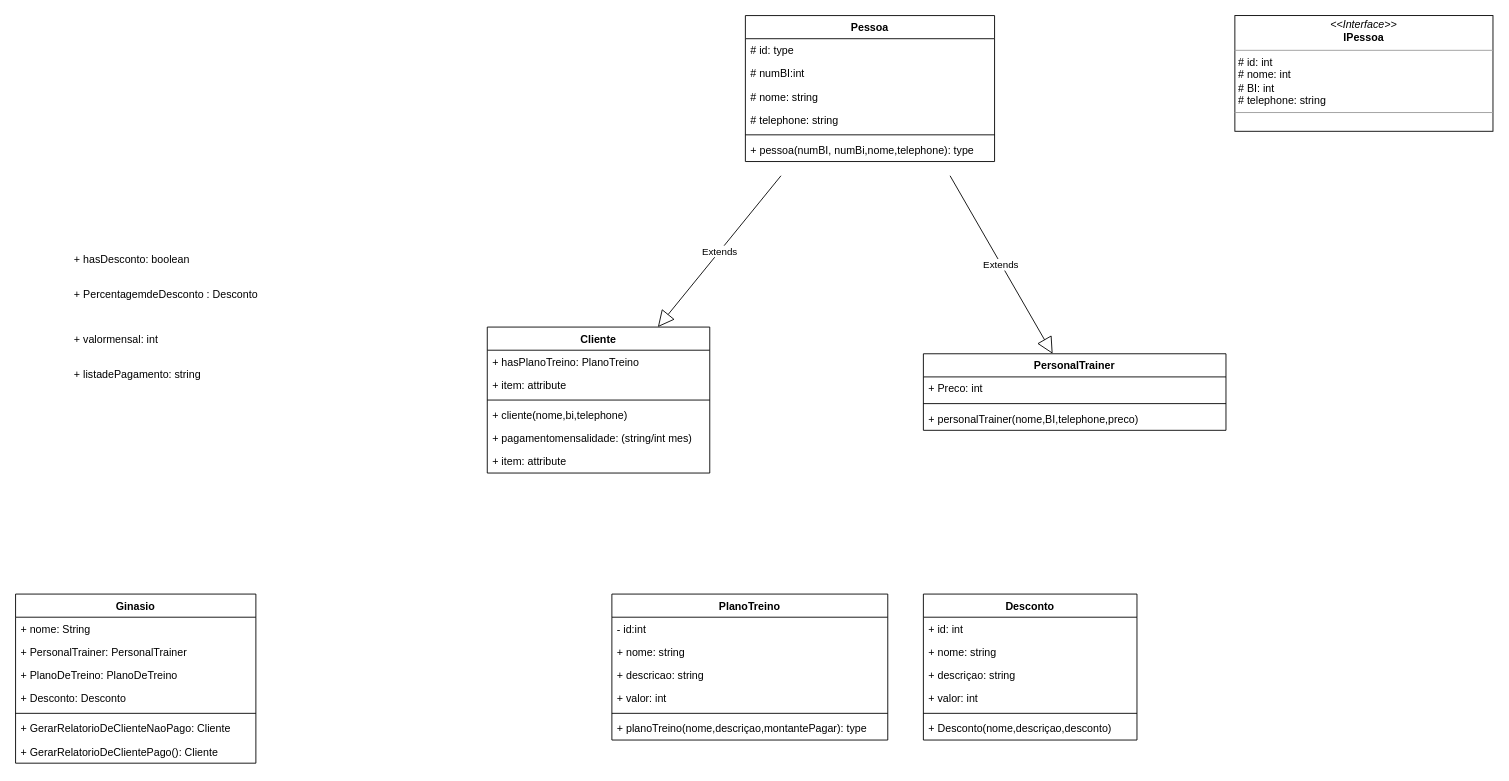
Earlier version of the draw.io diagram page "Class" (2 of 2) of diagrams/UCase.drawio (bosshentai/ginasio). Source tidied: cells renumbered, new cells numbered last; positions are measured from the earlier drawing's top-left corner, leaving out a move shared by most shapes. Both pictures are drawn from the tidied source at 89%, with x=0, y=0 at pixel (15, 15).
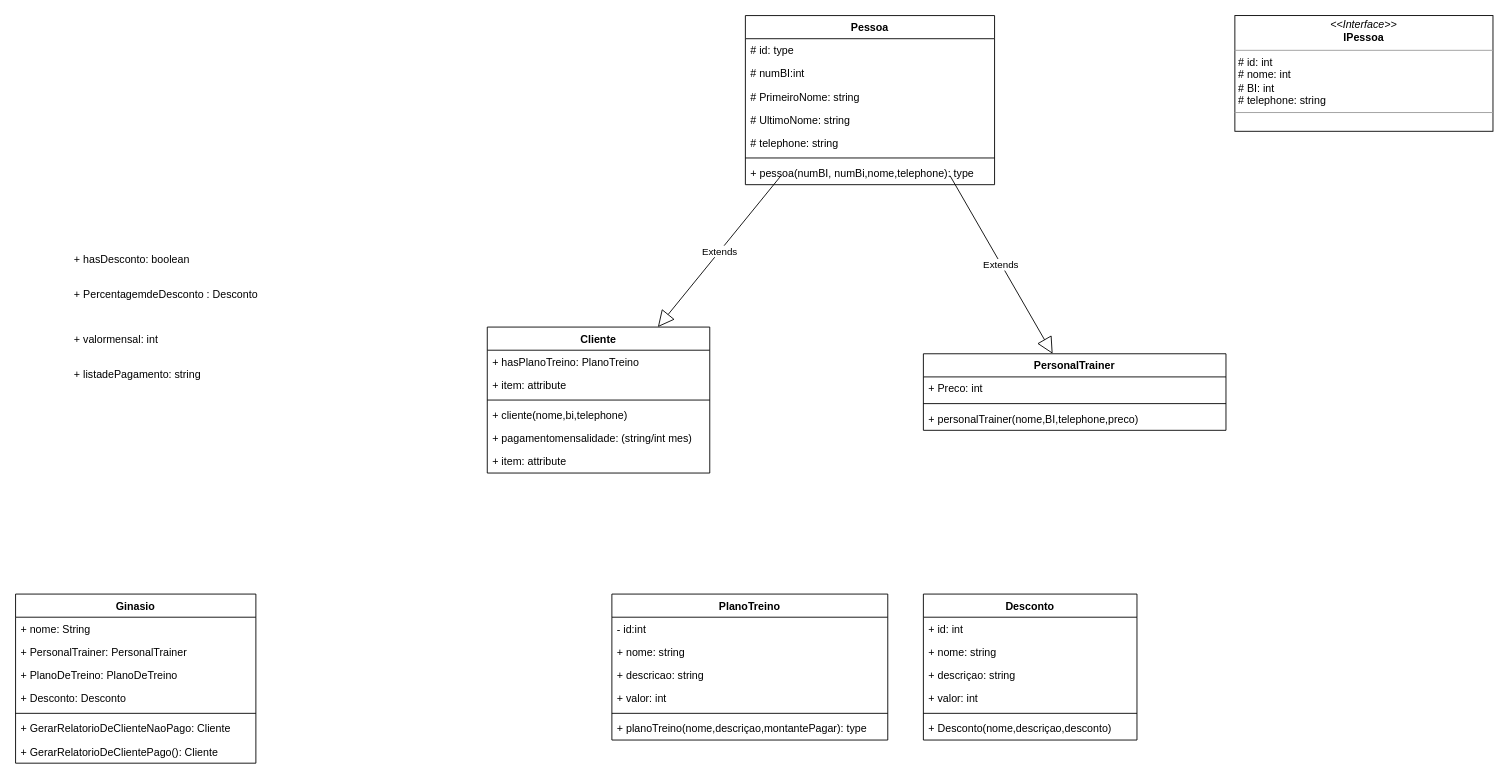
The same page after the edit.

The edit, as a diff of the source:
```diff
@@
     <mxCell id="30" value="Pessoa" style="swimlane;fontStyle=1;align=center;verticalAlign=top;horizontal=1;startSize=26;" parent="1" vertex="1">
-      <mxGeometry x="820" width="280" height="164" as="geometry" />
+      <mxGeometry x="820" width="280" height="190" as="geometry" />
     </mxCell>
@@
-    <mxCell id="33" value="# nome: string" style="text;strokeColor=none;fillColor=none;align=left;verticalAlign=top;spacingLeft=4;spacingRight=4;overflow=hidden;" parent="30" vertex="1">
+    <mxCell id="33" value="# PrimeiroNome: string" style="text;strokeColor=none;fillColor=none;align=left;verticalAlign=top;spacingLeft=4;spacingRight=4;overflow=hidden;" parent="30" vertex="1">
       <mxGeometry y="78" width="280" height="26" as="geometry" />
     </mxCell>
+    <mxCell id="49" value="# UltimoNome: string" style="text;strokeColor=none;fillColor=none;align=left;verticalAlign=top;spacingLeft=4;spacingRight=4;overflow=hidden;" parent="30" vertex="1">
+      <mxGeometry y="104" width="280" height="26" as="geometry" />
+    </mxCell>
     <mxCell id="34" value="# telephone: string" style="text;strokeColor=none;fillColor=none;align=left;verticalAlign=top;spacingLeft=4;spacingRight=4;overflow=hidden;" parent="30" vertex="1">
-      <mxGeometry y="104" width="280" height="26" as="geometry" />
+      <mxGeometry y="130" width="280" height="26" as="geometry" />
     </mxCell>
     <mxCell id="35" style="line;strokeWidth=1;fillColor=none;align=left;verticalAlign=middle;spacingTop=-1;spacingLeft=3;spacingRight=3;labelPosition=right;" parent="30" vertex="1">
-      <mxGeometry y="130" width="280" height="8" as="geometry" />
+      <mxGeometry y="156" width="280" height="8" as="geometry" />
     </mxCell>
     <mxCell id="36" value="+ pessoa(numBI, numBi,nome,telephone): type" style="text;strokeColor=none;fillColor=none;align=left;verticalAlign=top;spacingLeft=4;spacingRight=4;overflow=hidden;" parent="30" vertex="1">
-      <mxGeometry y="138" width="280" height="26" as="geometry" />
+      <mxGeometry y="164" width="280" height="26" as="geometry" />
     </mxCell>
```
